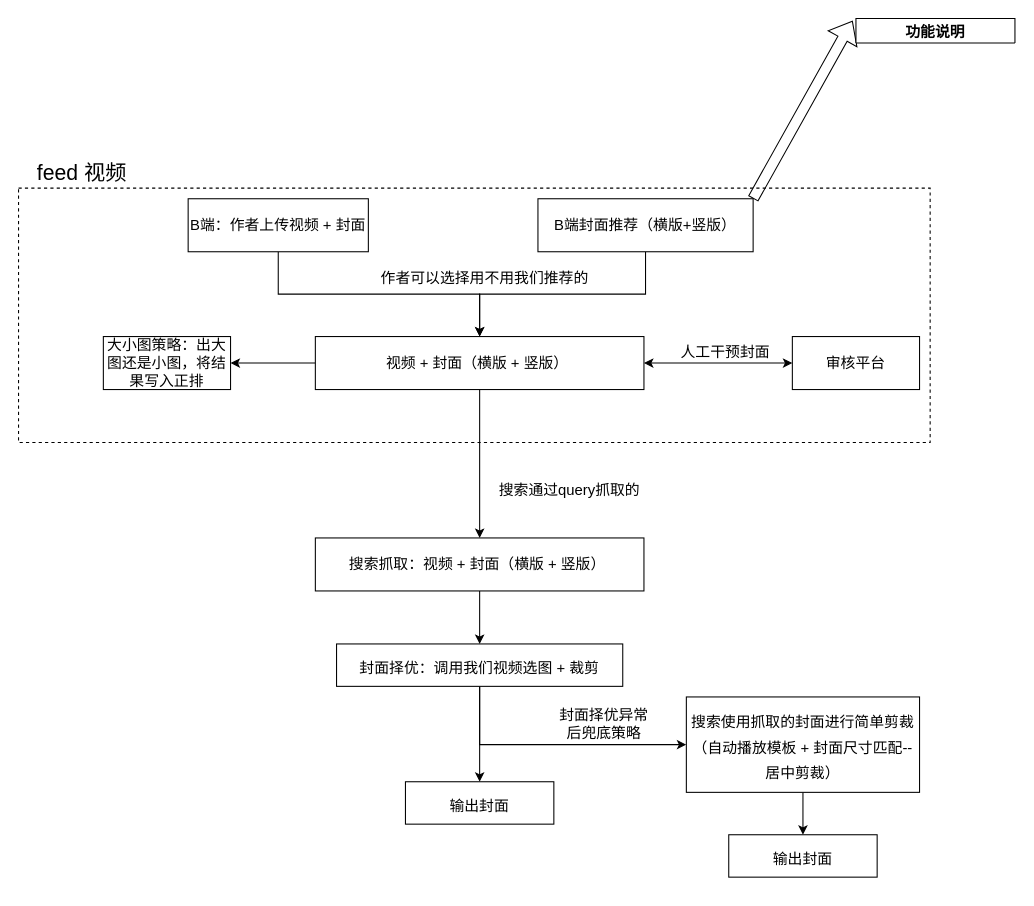
Above: 视频选图.drawio in 2018liuyan/one (draw.io), before the change. Source tidied: cells renumbered, new cells numbered last; positions are measured from the earlier drawing's top-left corner, leaving out a move shared by most shapes. Both pictures are drawn from the tidied source at 106%, with x=0, y=0 at pixel (18, 18).
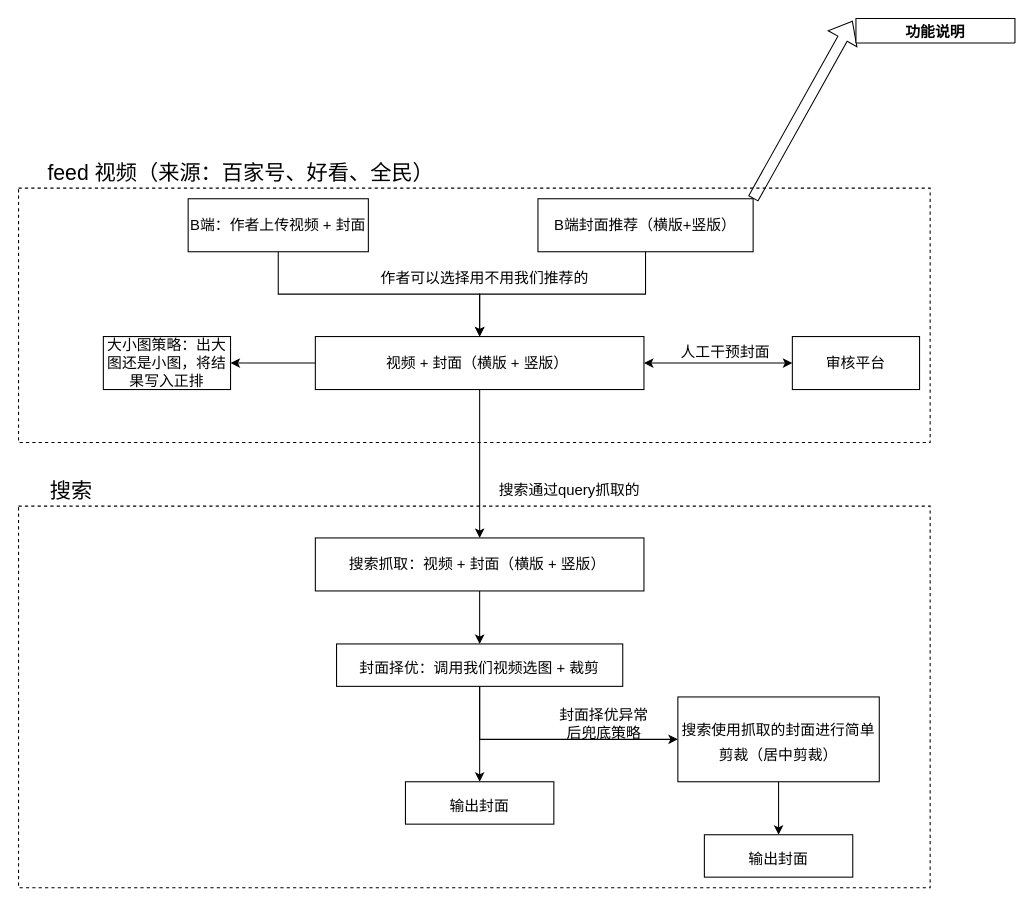
Above is the later version.

Unchanged cells that the change refers to:
```xml
<mxCell id="22" value="&lt;font color=&quot;#000000&quot; style=&quot;font-size: 14px&quot;&gt;封面择优：调用我们视频选图 + 裁剪&lt;/font&gt;" style="rounded=0;whiteSpace=wrap;html=1;fontSize=20;fontColor=#FF9933;align=center;" parent="1" vertex="1">
  <mxGeometry x="300" y="590" width="270" height="40" as="geometry" />
</mxCell>
```

Diff of the diagram source:
```diff
@@
+    <mxCell id="29" style="rounded=0;whiteSpace=wrap;html=1;fontSize=14;fontColor=#000000;dashed=1;" parent="1" vertex="1">
+      <mxGeometry y="460" width="860" height="360" as="geometry" />
+    </mxCell>
@@
-    <mxCell id="16" value="&lt;font style=&quot;font-size: 20px&quot;&gt;feed 视频&lt;/font&gt;" style="text;html=1;strokeColor=none;fillColor=none;align=center;verticalAlign=middle;whiteSpace=wrap;rounded=0;dashed=1;fontSize=14;" parent="1" vertex="1">
-      <mxGeometry x="10" y="130" width="100" height="30" as="geometry" />
+    <mxCell id="16" value="&lt;font style=&quot;font-size: 20px&quot;&gt;feed 视频（来源：百家号、好看、全民）&lt;/font&gt;" style="text;html=1;strokeColor=none;fillColor=none;align=center;verticalAlign=middle;whiteSpace=wrap;rounded=0;dashed=1;fontSize=14;" parent="1" vertex="1">
+      <mxGeometry x="10" y="130" width="400" height="30" as="geometry" />
     </mxCell>
@@
     <mxCell id="21" style="edgeStyle=orthogonalEdgeStyle;rounded=0;jettySize=auto;html=1;entryX=0;entryY=0.5;entryDx=0;entryDy=0;fontSize=14;fontColor=#000000;" parent="1" edge="1" source="22" target="26">
       <mxGeometry relative="1" as="geometry">
         <Array as="points">
-          <mxPoint x="435" y="685" />
+          <mxPoint x="435" y="680" />
         </Array>
       </mxGeometry>
     </mxCell>
@@
-    <mxCell id="26" value="&lt;font color=&quot;#000000&quot; style=&quot;font-size: 14px&quot;&gt;搜索使用抓取的封面进行简单剪裁（自动播放模板 + 封面尺寸匹配--居中剪裁）&lt;/font&gt;" style="rounded=0;whiteSpace=wrap;html=1;fontSize=20;fontColor=#FF9933;align=center;" parent="1" vertex="1">
-      <mxGeometry x="630" y="640" width="220" height="90" as="geometry" />
+    <mxCell id="26" value="&lt;font color=&quot;#000000&quot; style=&quot;font-size: 14px&quot;&gt;搜索使用抓取的封面进行简单剪裁（居中剪裁）&lt;/font&gt;" style="rounded=0;whiteSpace=wrap;html=1;fontSize=20;fontColor=#FF9933;align=center;" parent="1" vertex="1">
+      <mxGeometry x="622" y="640" width="190" height="80" as="geometry" />
     </mxCell>
     <mxCell id="27" value="&lt;font color=&quot;#000000&quot; style=&quot;font-size: 14px&quot;&gt;输出封面&lt;/font&gt;" style="rounded=0;whiteSpace=wrap;html=1;fontSize=20;fontColor=#FF9933;align=center;" parent="1" vertex="1">
-      <mxGeometry x="670" y="770" width="140" height="40" as="geometry" />
+      <mxGeometry x="647" y="770" width="140" height="40" as="geometry" />
     </mxCell>
@@
+    <mxCell id="30" value="&lt;span style=&quot;font-size: 20px&quot;&gt;搜索&lt;/span&gt;" style="text;html=1;strokeColor=none;fillColor=none;align=center;verticalAlign=middle;whiteSpace=wrap;rounded=0;dashed=1;fontSize=14;" parent="1" vertex="1">
+      <mxGeometry y="430" width="100" height="30" as="geometry" />
+    </mxCell>
```
